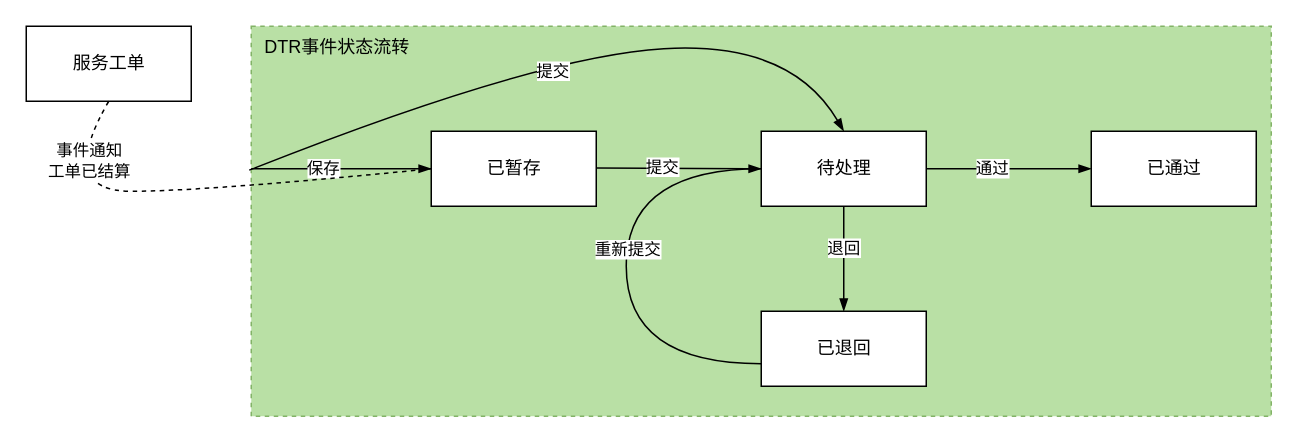
1132489442/designer keeps this draw.io diagram as page "DTR事件设计" (6 of 7) of images/DTR时序图.drawio. Above is the earlier version. Source tidied: cells renumbered, new cells numbered last; positions are measured from the earlier drawing's top-left corner, leaving out a move shared by most shapes. Both pictures are drawn from the tidied source at 150%, with x=0, y=0 at pixel (26, 26).
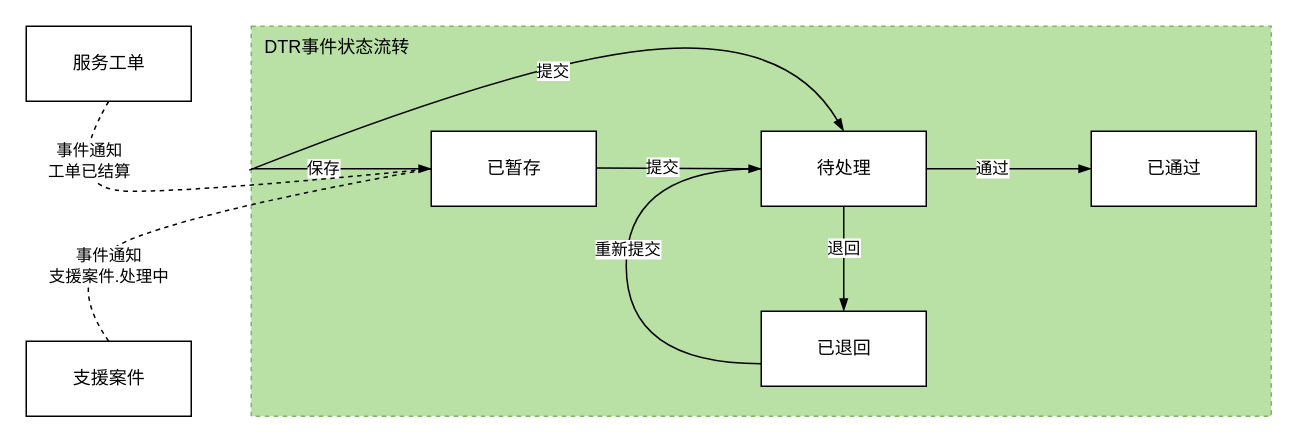
The same diagram, later.

Unchanged cells that the change refers to:
```xml
<mxCell id="10" value="已暂存" style="html=1;" parent="1" vertex="1">
  <mxGeometry x="270" y="70" width="110" height="50" as="geometry" />
</mxCell>
```

Diff of the diagram source:
```diff
@@
+    <mxCell id="23" value="支援案件" style="html=1;" parent="1" vertex="1">
+      <mxGeometry y="210" width="110" height="50" as="geometry" />
+    </mxCell>
+    <mxCell id="24" style="curved=1;endArrow=none;html=1;rounded=0;dashed=1;exitX=0.5;exitY=0;exitDx=0;exitDy=0;entryX=0;entryY=0.5;entryDx=0;entryDy=0;endFill=0;" parent="1" edge="1" source="23" target="10">
+      <mxGeometry relative="1" as="geometry">
+        <Array as="points">
+          <mxPoint x="20" y="160" />
+          <mxPoint x="130" y="120" />
+        </Array>
+      </mxGeometry>
+    </mxCell>
+    <mxCell id="25" value="事件通知&lt;br&gt;支援案件.处理中" style="edgeLabel;html=1;align=center;verticalAlign=middle;" parent="24" vertex="1">
+      <mxGeometry x="-0.25" y="16" relative="1" as="geometry">
+        <mxPoint x="-15" y="35" as="offset" />
+      </mxGeometry>
+    </mxCell>
```
